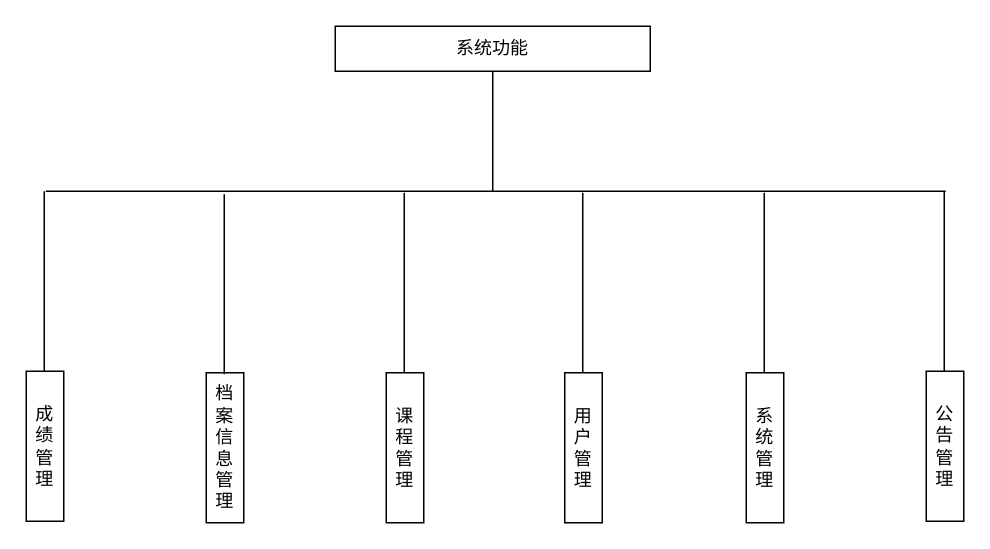
Before: 用户功能结构图.drawio in creazy412/none, a draw.io diagram. Source tidied: cells renumbered, new cells numbered last; positions are measured from the earlier drawing's top-left corner, leaving out a move shared by most shapes. Both pictures are drawn from the tidied source at 150%, with x=0, y=0 at pixel (26, 26).
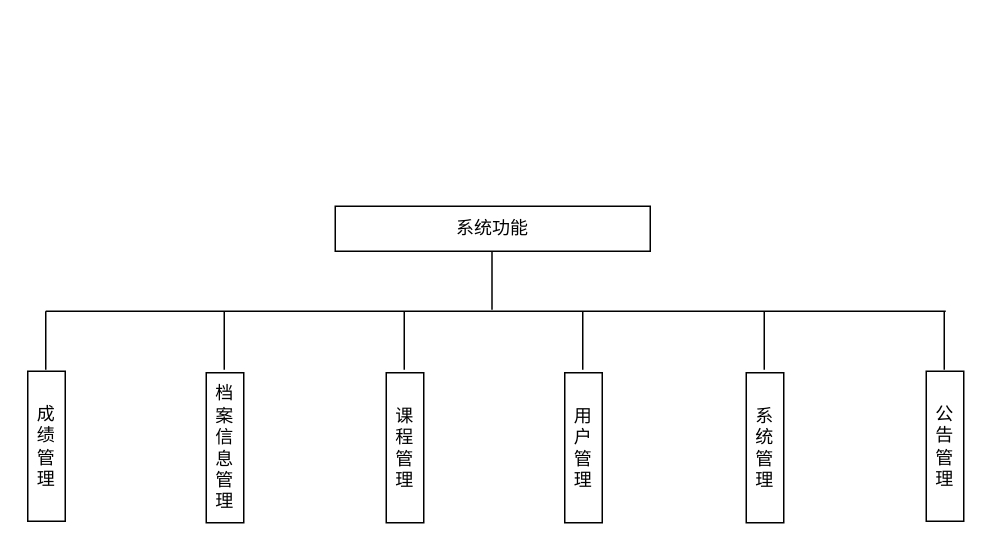
Above is the later version.

Commit message:
更新用户功能结构图.drawio

What changed in the source:
```diff
@@
     <mxCell id="2" value="&lt;font face=&quot;宋体&quot;&gt;系统功能&lt;/font&gt;" style="rounded=0;whiteSpace=wrap;html=1;" parent="1" vertex="1">
-      <mxGeometry x="206" width="210" height="30" as="geometry" />
+      <mxGeometry x="206" y="120" width="210" height="30" as="geometry" />
     </mxCell>
-    <mxCell id="3" style="endArrow=none;html=1;rounded=0;entryX=0.5;entryY=1;entryDx=0;entryDy=0;" parent="1" edge="1" target="2">
-      <mxGeometry relative="1" as="geometry">
-        <mxPoint x="311" y="110" as="sourcePoint" />
-      </mxGeometry>
-    </mxCell>
@@
     <mxCell id="5" style="endArrow=none;html=1;rounded=0;" parent="1" edge="1">
       <mxGeometry relative="1" as="geometry">
-        <mxPoint x="13" y="110" as="sourcePoint" />
-        <mxPoint x="613" y="110" as="targetPoint" />
+        <mxPoint x="13" y="190" as="sourcePoint" />
+        <mxPoint x="613" y="190" as="targetPoint" />
       </mxGeometry>
     </mxCell>
     <mxCell id="6" value="&lt;font face=&quot;宋体&quot;&gt;成绩管理&lt;/font&gt;" style="rounded=0;whiteSpace=wrap;html=1;" parent="1" vertex="1">
-      <mxGeometry y="230" width="25" height="100" as="geometry" />
+      <mxGeometry x="1" y="230" width="25" height="100" as="geometry" />
     </mxCell>
-    <mxCell id="7" style="endArrow=none;html=1;rounded=0;" parent="1" edge="1">
-      <mxGeometry relative="1" as="geometry">
-        <mxPoint x="12" y="230" as="sourcePoint" />
-        <mxPoint x="12" y="110" as="targetPoint" />
-      </mxGeometry>
-    </mxCell>
@@
-    <mxCell id="9" style="endArrow=none;html=1;rounded=0;" parent="1" edge="1">
-      <mxGeometry relative="1" as="geometry">
-        <mxPoint x="252" y="231" as="sourcePoint" />
-        <mxPoint x="252" y="111" as="targetPoint" />
-      </mxGeometry>
-    </mxCell>
@@
-    <mxCell id="11" style="endArrow=none;html=1;rounded=0;" parent="1" edge="1">
-      <mxGeometry relative="1" as="geometry">
-        <mxPoint x="371" y="231" as="sourcePoint" />
-        <mxPoint x="371" y="111" as="targetPoint" />
-      </mxGeometry>
-    </mxCell>
@@
-    <mxCell id="13" style="endArrow=none;html=1;rounded=0;" parent="1" edge="1">
-      <mxGeometry relative="1" as="geometry">
-        <mxPoint x="492" y="231" as="sourcePoint" />
-        <mxPoint x="492" y="111" as="targetPoint" />
-      </mxGeometry>
-    </mxCell>
@@
-    <mxCell id="15" style="endArrow=none;html=1;rounded=0;" parent="1" edge="1">
-      <mxGeometry relative="1" as="geometry">
-        <mxPoint x="612" y="230" as="sourcePoint" />
-        <mxPoint x="612" y="110" as="targetPoint" />
-      </mxGeometry>
-    </mxCell>
-    <mxCell id="16" style="endArrow=none;html=1;rounded=0;" parent="1" edge="1">
-      <mxGeometry relative="1" as="geometry">
-        <mxPoint x="132" y="232" as="sourcePoint" />
-        <mxPoint x="132" y="112" as="targetPoint" />
-      </mxGeometry>
-    </mxCell>
+    <mxCell id="17" style="endArrow=none;html=1;rounded=0;" parent="1" edge="1">
+      <mxGeometry relative="1" as="geometry">
+        <mxPoint x="310.5" y="189" as="sourcePoint" />
+        <mxPoint x="310.5" y="150" as="targetPoint" />
+      </mxGeometry>
+    </mxCell>
+    <mxCell id="18" style="endArrow=none;html=1;rounded=0;" parent="1" edge="1">
+      <mxGeometry relative="1" as="geometry">
+        <mxPoint x="13" y="229" as="sourcePoint" />
+        <mxPoint x="13" y="190" as="targetPoint" />
+      </mxGeometry>
+    </mxCell>
+    <mxCell id="19" style="endArrow=none;html=1;rounded=0;" parent="1" edge="1">
+      <mxGeometry relative="1" as="geometry">
+        <mxPoint x="132" y="229" as="sourcePoint" />
+        <mxPoint x="132" y="190" as="targetPoint" />
+      </mxGeometry>
+    </mxCell>
+    <mxCell id="20" style="endArrow=none;html=1;rounded=0;" parent="1" edge="1">
+      <mxGeometry relative="1" as="geometry">
+        <mxPoint x="252" y="229" as="sourcePoint" />
+        <mxPoint x="252" y="190" as="targetPoint" />
+      </mxGeometry>
+    </mxCell>
+    <mxCell id="21" style="endArrow=none;html=1;rounded=0;" parent="1" edge="1">
+      <mxGeometry relative="1" as="geometry">
+        <mxPoint x="371" y="229" as="sourcePoint" />
+        <mxPoint x="371" y="190" as="targetPoint" />
+      </mxGeometry>
+    </mxCell>
+    <mxCell id="22" style="endArrow=none;html=1;rounded=0;" parent="1" edge="1">
+      <mxGeometry relative="1" as="geometry">
+        <mxPoint x="492" y="229" as="sourcePoint" />
+        <mxPoint x="492" y="190" as="targetPoint" />
+      </mxGeometry>
+    </mxCell>
+    <mxCell id="23" style="endArrow=none;html=1;rounded=0;" parent="1" edge="1">
+      <mxGeometry relative="1" as="geometry">
+        <mxPoint x="612" y="229" as="sourcePoint" />
+        <mxPoint x="612" y="190" as="targetPoint" />
+      </mxGeometry>
+    </mxCell>
```
